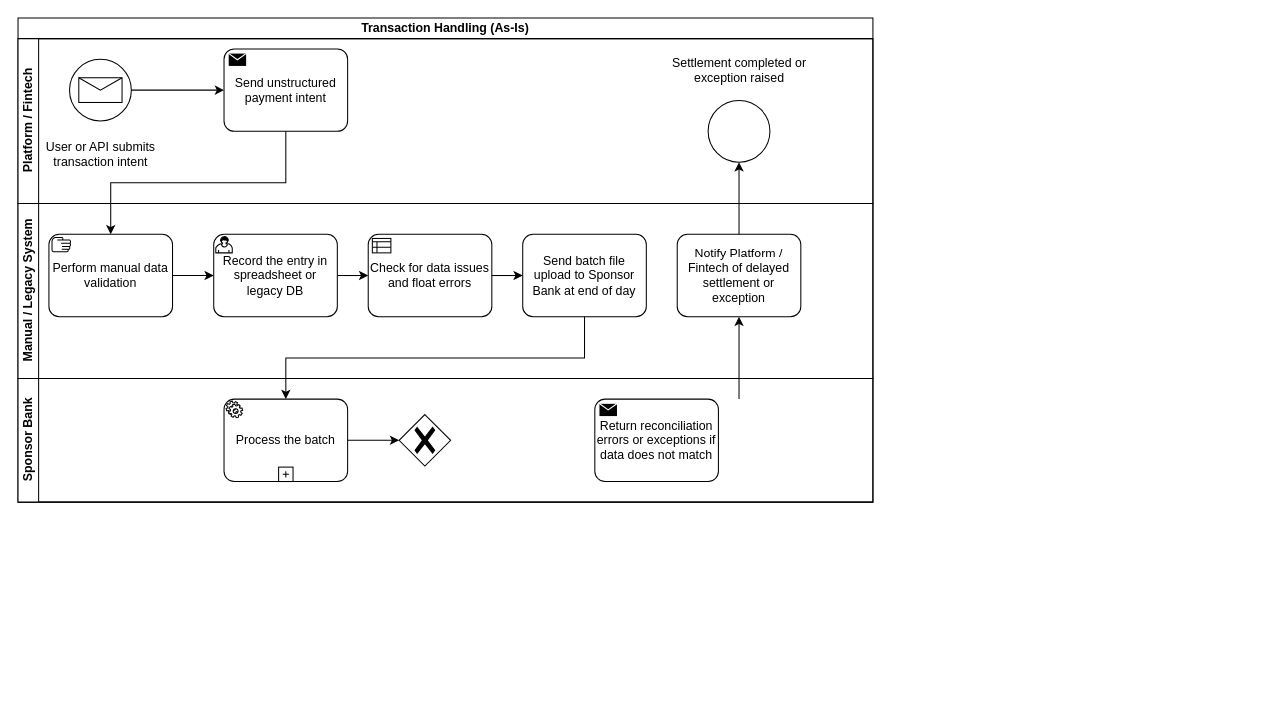
Novav20/NeoBank-Ledger-Project keeps this draw.io diagram as page "Ver 2.0" (2 of 2) of docs/02_analysis/requirements/bpmn/as-is-transaction-handling.drawio. Above is the earlier version. Source tidied: cells renumbered, new cells numbered last; positions are measured from the earlier drawing's top-left corner, leaving out a move shared by most shapes. Both pictures are drawn from the tidied source at 103%, with x=0, y=0 at pixel (18, 18).
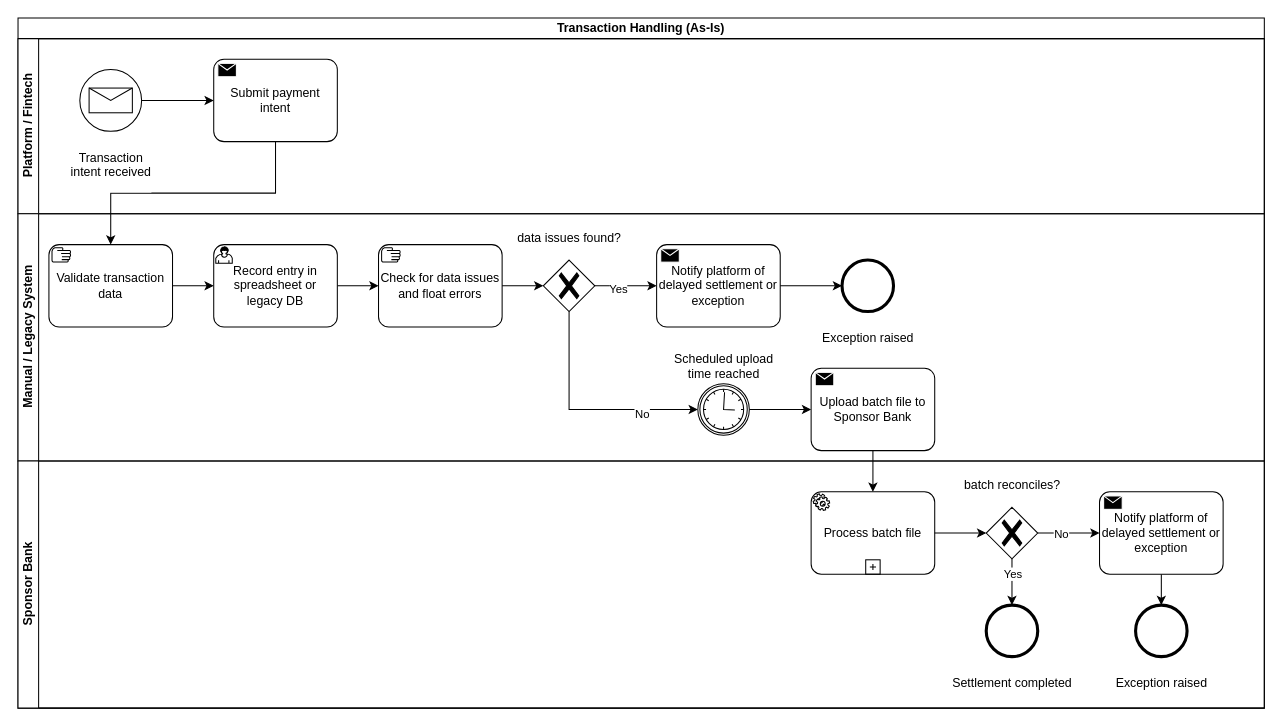
Above is the later version.

Commit message:
docs: update As-Is transaction handling BPMN diagram with refined elements and improved layout

Change to the diagram source:
```diff
@@
     <mxCell id="2" value="Transaction Handling (As-Is)" style="swimlane;html=1;horizontal=1;startSize=20;whiteSpace=wrap;" parent="1" vertex="1">
-      <mxGeometry width="830" height="470" as="geometry" />
+      <mxGeometry width="1210" height="670" as="geometry" />
     </mxCell>
+    <mxCell id="17" style="edgeStyle=orthogonalEdgeStyle;html=1;rounded=0;exitX=0.5;exitY=1;exitDx=0;exitDy=0;exitPerimeter=0;" parent="2" edge="1" source="5" target="10">
+      <mxGeometry relative="1" as="geometry" />
+    </mxCell>
     <mxCell id="3" value="Platform / Fintech" style="swimlane;html=1;startSize=20;horizontal=0;" parent="2" vertex="1">
-      <mxGeometry y="20" width="830" height="160" as="geometry" />
+      <mxGeometry y="20" width="1210" height="170" as="geometry" />
     </mxCell>
+    <mxCell id="5" value="&lt;p&gt;Submit payment intent&lt;/p&gt;" style="points=[[0.25,0,0],[0.5,0,0],[0.75,0,0],[1,0.25,0],[1,0.5,0],[1,0.75,0],[0.75,1,0],[0.5,1,0],[0.25,1,0],[0,0.75,0],[0,0.5,0],[0,0.25,0]];shape=mxgraph.bpmn.task;whiteSpace=wrap;rectStyle=rounded;size=10;html=1;taskMarker=send;isLoopSub=0;isLoopStandard=0;isLoopMultiParallel=0;" parent="3" vertex="1">
+      <mxGeometry x="190" y="20" width="120" height="80" as="geometry" />
+    </mxCell>
-    <mxCell id="4" value="&lt;p&gt;User or API submits&lt;br&gt;transaction intent&lt;/p&gt;" style="points=[[0.145,0.145,0],[0.5,0,0],[0.855,0.145,0],[1,0.5,0],[0.855,0.855,0],[0.5,1,0],[0.145,0.855,0],[0,0.5,0]];shape=mxgraph.bpmn.event;html=1;verticalLabelPosition=bottom;labelBackgroundColor=#ffffff;verticalAlign=top;align=center;perimeter=ellipsePerimeter;outlineConnect=0;outline=standard;symbol=message;" parent="3" vertex="1">
-      <mxGeometry x="50" y="20" width="60" height="60" as="geometry" />
+    <mxCell id="4" value="&lt;p&gt;Transaction &lt;br&gt;intent received&lt;/p&gt;" style="points=[[0.145,0.145,0],[0.5,0,0],[0.855,0.145,0],[1,0.5,0],[0.855,0.855,0],[0.5,1,0],[0.145,0.855,0],[0,0.5,0]];shape=mxgraph.bpmn.event;html=1;verticalLabelPosition=bottom;labelBackgroundColor=#ffffff;verticalAlign=top;align=center;perimeter=ellipsePerimeter;outlineConnect=0;outline=standard;symbol=message;" parent="3" vertex="1">
+      <mxGeometry x="60" y="30" width="60" height="60" as="geometry" />
     </mxCell>
-    <mxCell id="5" value="&lt;p&gt;Send unstructured payment intent&lt;/p&gt;" style="points=[[0.25,0,0],[0.5,0,0],[0.75,0,0],[1,0.25,0],[1,0.5,0],[1,0.75,0],[0.75,1,0],[0.5,1,0],[0.25,1,0],[0,0.75,0],[0,0.5,0],[0,0.25,0]];shape=mxgraph.bpmn.task;whiteSpace=wrap;rectStyle=rounded;size=10;html=1;taskMarker=send;isLoopSub=0;isLoopStandard=0;isLoopMultiParallel=0;" parent="3" vertex="1">
-      <mxGeometry x="200" y="10" width="120" height="80" as="geometry" />
-    </mxCell>
@@
-    <mxCell id="7" value="&lt;p&gt;&lt;/p&gt;&lt;p&gt;Settlement completed or &lt;br&gt;exception raised&lt;/p&gt;" style="points=[[0.145,0.145,0],[0.5,0,0],[0.855,0.145,0],[1,0.5,0],[0.855,0.855,0],[0.5,1,0],[0.145,0.855,0],[0,0.5,0]];shape=mxgraph.bpmn.event;html=1;verticalLabelPosition=top;labelBackgroundColor=#ffffff;verticalAlign=bottom;align=center;perimeter=ellipsePerimeter;outlineConnect=0;outline=standard;symbol=general;labelPosition=center;" parent="3" vertex="1">
-      <mxGeometry x="670" y="60" width="60" height="60" as="geometry" />
-    </mxCell>
     <mxCell id="8" value="Manual / Legacy System" style="swimlane;html=1;startSize=20;horizontal=0;" parent="2" vertex="1">
-      <mxGeometry y="180" width="830" height="170" as="geometry" />
+      <mxGeometry y="190" width="1210" height="240" as="geometry" />
     </mxCell>
@@
-    <mxCell id="10" value="&lt;p&gt;&lt;/p&gt;&lt;p&gt;Perform manual data validation&lt;/p&gt;" style="points=[[0.25,0,0],[0.5,0,0],[0.75,0,0],[1,0.25,0],[1,0.5,0],[1,0.75,0],[0.75,1,0],[0.5,1,0],[0.25,1,0],[0,0.75,0],[0,0.5,0],[0,0.25,0]];shape=mxgraph.bpmn.task;whiteSpace=wrap;rectStyle=rounded;size=10;html=1;taskMarker=manual;" parent="8" vertex="1">
+    <mxCell id="10" value="&lt;p&gt;&lt;/p&gt;&lt;p&gt;&lt;/p&gt;&lt;p&gt;Validate transaction data&lt;/p&gt;" style="points=[[0.25,0,0],[0.5,0,0],[0.75,0,0],[1,0.25,0],[1,0.5,0],[1,0.75,0],[0.75,1,0],[0.5,1,0],[0.25,1,0],[0,0.75,0],[0,0.5,0],[0,0.25,0]];shape=mxgraph.bpmn.task;whiteSpace=wrap;rectStyle=rounded;size=10;html=1;taskMarker=manual;" parent="8" vertex="1">
       <mxGeometry x="30" y="30" width="120" height="80" as="geometry" />
     </mxCell>
@@
-    <mxCell id="12" value="&lt;p&gt;&lt;/p&gt;&lt;p&gt;&lt;/p&gt;&lt;p&gt;Record the entry in spreadsheet or legacy DB&lt;/p&gt;" style="points=[[0.25,0,0],[0.5,0,0],[0.75,0,0],[1,0.25,0],[1,0.5,0],[1,0.75,0],[0.75,1,0],[0.5,1,0],[0.25,1,0],[0,0.75,0],[0,0.5,0],[0,0.25,0]];shape=mxgraph.bpmn.task;whiteSpace=wrap;rectStyle=rounded;size=10;html=1;taskMarker=user;" parent="8" vertex="1">
+    <mxCell id="12" value="&lt;p&gt;&lt;/p&gt;&lt;p&gt;&lt;/p&gt;&lt;p&gt;&lt;/p&gt;&lt;p&gt;Record entry in spreadsheet or legacy DB&lt;/p&gt;" style="points=[[0.25,0,0],[0.5,0,0],[0.75,0,0],[1,0.25,0],[1,0.5,0],[1,0.75,0],[0.75,1,0],[0.5,1,0],[0.25,1,0],[0,0.75,0],[0,0.5,0],[0,0.25,0]];shape=mxgraph.bpmn.task;whiteSpace=wrap;rectStyle=rounded;size=10;html=1;taskMarker=user;" parent="8" vertex="1">
       <mxGeometry x="190" y="30" width="120" height="80" as="geometry" />
     </mxCell>
-    <mxCell id="13" value="&lt;p&gt;&lt;/p&gt;&lt;p&gt;&lt;/p&gt;&lt;p&gt;Check for data issues and float errors&lt;/p&gt;" style="points=[[0.25,0,0],[0.5,0,0],[0.75,0,0],[1,0.25,0],[1,0.5,0],[1,0.75,0],[0.75,1,0],[0.5,1,0],[0.25,1,0],[0,0.75,0],[0,0.5,0],[0,0.25,0]];shape=mxgraph.bpmn.task;whiteSpace=wrap;rectStyle=rounded;size=10;html=1;taskMarker=businessRule;" parent="8" vertex="1">
-      <mxGeometry x="340" y="30" width="120" height="80" as="geometry" />
+    <mxCell id="13" value="&lt;p&gt;&lt;/p&gt;&lt;p&gt;&lt;/p&gt;&lt;p&gt;Check for data issues and float errors&lt;/p&gt;" style="points=[[0.25,0,0],[0.5,0,0],[0.75,0,0],[1,0.25,0],[1,0.5,0],[1,0.75,0],[0.75,1,0],[0.5,1,0],[0.25,1,0],[0,0.75,0],[0,0.5,0],[0,0.25,0]];shape=mxgraph.bpmn.task;whiteSpace=wrap;rectStyle=rounded;size=10;html=1;taskMarker=manual;" parent="8" vertex="1">
+      <mxGeometry x="350" y="30" width="120" height="80" as="geometry" />
     </mxCell>
-    <mxCell id="14" value="&lt;p&gt;&lt;/p&gt;&lt;p&gt;&lt;/p&gt;&lt;p&gt;Send batch file upload to Sponsor Bank at end of day&lt;/p&gt;" style="points=[[0.25,0,0],[0.5,0,0],[0.75,0,0],[1,0.25,0],[1,0.5,0],[1,0.75,0],[0.75,1,0],[0.5,1,0],[0.25,1,0],[0,0.75,0],[0,0.5,0],[0,0.25,0]];shape=mxgraph.bpmn.task;whiteSpace=wrap;rectStyle=rounded;size=10;html=1;taskMarker=abstract;symbol=general;" parent="8" vertex="1">
-      <mxGeometry x="490" y="30" width="120" height="80" as="geometry" />
+    <mxCell id="14" value="&lt;p&gt;&lt;/p&gt;&lt;p&gt;&lt;/p&gt;&lt;p&gt;Upload batch file to Sponsor Bank&lt;/p&gt;" style="points=[[0.25,0,0],[0.5,0,0],[0.75,0,0],[1,0.25,0],[1,0.5,0],[1,0.75,0],[0.75,1,0],[0.5,1,0],[0.25,1,0],[0,0.75,0],[0,0.5,0],[0,0.25,0]];shape=mxgraph.bpmn.task;whiteSpace=wrap;rectStyle=rounded;size=10;html=1;taskMarker=send;symbol=general;" parent="8" vertex="1">
+      <mxGeometry x="770" y="150" width="120" height="80" as="geometry" />
     </mxCell>
-    <mxCell id="15" style="edgeStyle=none;html=1;" parent="8" edge="1" source="13" target="14">
-      <mxGeometry relative="1" as="geometry" />
-    </mxCell>
-    <mxCell id="16" value="&lt;p&gt;&lt;/p&gt;&lt;p&gt;&lt;/p&gt;&lt;p&gt;&lt;/p&gt;&lt;p&gt;&lt;/p&gt;&lt;p&gt;&lt;/p&gt;&lt;p&gt;Notify Platform / Fintech of delayed settlement or exception&lt;/p&gt;" style="points=[[0.25,0,0],[0.5,0,0],[0.75,0,0],[1,0.25,0],[1,0.5,0],[1,0.75,0],[0.75,1,0],[0.5,1,0],[0.25,1,0],[0,0.75,0],[0,0.5,0],[0,0.25,0]];shape=mxgraph.bpmn.task;whiteSpace=wrap;rectStyle=rounded;size=10;html=1;taskMarker=abstract;" parent="8" vertex="1">
-      <mxGeometry x="640" y="30" width="120" height="80" as="geometry" />
-    </mxCell>
-    <mxCell id="17" style="edgeStyle=orthogonalEdgeStyle;html=1;rounded=0;exitX=0.5;exitY=1;exitDx=0;exitDy=0;exitPerimeter=0;" parent="2" edge="1" source="5" target="10">
-      <mxGeometry relative="1" as="geometry" />
-    </mxCell>
-    <mxCell id="18" style="edgeStyle=orthogonalEdgeStyle;html=1;exitX=0.5;exitY=1;exitDx=0;exitDy=0;exitPerimeter=0;rounded=0;curved=0;" parent="2" edge="1" source="14" target="22">
-      <mxGeometry relative="1" as="geometry" />
-    </mxCell>
-    <mxCell id="19" style="edgeStyle=none;html=1;" parent="2" edge="1" target="16">
-      <mxGeometry relative="1" as="geometry">
-        <mxPoint x="700" y="370" as="sourcePoint" />
-      </mxGeometry>
-    </mxCell>
-    <mxCell id="20" style="edgeStyle=none;html=1;" parent="2" edge="1" source="16" target="7">
-      <mxGeometry relative="1" as="geometry" />
-    </mxCell>
+    <mxCell id="26" style="edgeStyle=orthogonalEdgeStyle;rounded=0;jettySize=auto;html=1;" parent="8" edge="1" source="28" target="30">
+      <mxGeometry relative="1" as="geometry" />
+    </mxCell>
+    <mxCell id="27" value="Yes" style="edgeLabel;html=1;align=center;verticalAlign=middle;" parent="26" vertex="1">
+      <mxGeometry x="-0.27" y="-2" relative="1" as="geometry" />
+    </mxCell>
+    <mxCell id="28" value="&lt;p&gt;data issues found?&lt;/p&gt;" style="points=[[0.25,0.25,0],[0.5,0,0],[0.75,0.25,0],[1,0.5,0],[0.75,0.75,0],[0.5,1,0],[0.25,0.75,0],[0,0.5,0]];shape=mxgraph.bpmn.gateway2;html=1;verticalLabelPosition=top;labelBackgroundColor=#ffffff;verticalAlign=bottom;align=center;perimeter=rhombusPerimeter;outlineConnect=0;outline=none;symbol=none;gwType=exclusive;labelPosition=center;" parent="8" vertex="1">
+      <mxGeometry x="510" y="45" width="50" height="50" as="geometry" />
+    </mxCell>
+    <mxCell id="29" style="edgeStyle=orthogonalEdgeStyle;rounded=0;jettySize=auto;html=1;entryX=0;entryY=0.5;entryDx=0;entryDy=0;entryPerimeter=0;" parent="8" edge="1" source="13" target="28">
+      <mxGeometry relative="1" as="geometry" />
+    </mxCell>
+    <mxCell id="30" value="&lt;p&gt;&lt;/p&gt;&lt;p&gt;&lt;/p&gt;&lt;p&gt;&lt;/p&gt;&lt;p&gt;Notify platform of delayed settlement or exception&lt;/p&gt;" style="points=[[0.25,0,0],[0.5,0,0],[0.75,0,0],[1,0.25,0],[1,0.5,0],[1,0.75,0],[0.75,1,0],[0.5,1,0],[0.25,1,0],[0,0.75,0],[0,0.5,0],[0,0.25,0]];shape=mxgraph.bpmn.task;whiteSpace=wrap;rectStyle=rounded;size=10;html=1;taskMarker=send;symbol=general;" parent="8" vertex="1">
+      <mxGeometry x="620" y="30" width="120" height="80" as="geometry" />
+    </mxCell>
+    <mxCell id="31" value="&lt;p&gt;Exception raised&lt;/p&gt;" style="points=[[0.145,0.145,0],[0.5,0,0],[0.855,0.145,0],[1,0.5,0],[0.855,0.855,0],[0.5,1,0],[0.145,0.855,0],[0,0.5,0]];shape=mxgraph.bpmn.event;html=1;verticalLabelPosition=bottom;labelBackgroundColor=#ffffff;verticalAlign=top;align=center;perimeter=ellipsePerimeter;outlineConnect=0;outline=end;symbol=terminate2;" parent="8" vertex="1">
+      <mxGeometry x="800" y="45" width="50" height="50" as="geometry" />
+    </mxCell>
+    <mxCell id="32" style="edgeStyle=orthogonalEdgeStyle;rounded=0;jettySize=auto;html=1;entryX=0;entryY=0.5;entryDx=0;entryDy=0;entryPerimeter=0;" parent="8" edge="1" source="30" target="31">
+      <mxGeometry relative="1" as="geometry" />
+    </mxCell>
+    <mxCell id="33" style="edgeStyle=orthogonalEdgeStyle;rounded=0;jettySize=auto;html=1;exitX=0.5;exitY=1;exitDx=0;exitDy=0;exitPerimeter=0;entryX=0;entryY=0.5;entryDx=0;entryDy=0;entryPerimeter=0;" parent="8" edge="1" source="28" target="36">
+      <mxGeometry relative="1" as="geometry" />
+    </mxCell>
+    <mxCell id="34" value="No" style="edgeLabel;html=1;align=center;verticalAlign=middle;" parent="33" vertex="1">
+      <mxGeometry x="0.5" y="-4" relative="1" as="geometry" />
+    </mxCell>
+    <mxCell id="35" style="edgeStyle=none;html=1;" parent="8" edge="1" source="36" target="14">
+      <mxGeometry relative="1" as="geometry" />
+    </mxCell>
+    <mxCell id="36" value="Scheduled upload &lt;br&gt;time reached" style="points=[[0.145,0.145,0],[0.5,0,0],[0.855,0.145,0],[1,0.5,0],[0.855,0.855,0],[0.5,1,0],[0.145,0.855,0],[0,0.5,0]];shape=mxgraph.bpmn.event;html=1;verticalLabelPosition=top;labelBackgroundColor=#ffffff;verticalAlign=bottom;align=center;perimeter=ellipsePerimeter;outlineConnect=0;outline=catching;symbol=timer;labelPosition=center;" parent="8" vertex="1">
+      <mxGeometry x="660" y="165" width="50" height="50" as="geometry" />
+    </mxCell>
     <mxCell id="21" value="Sponsor Bank" style="swimlane;html=1;startSize=20;horizontal=0;" parent="2" vertex="1">
-      <mxGeometry y="350" width="830" height="120" as="geometry" />
+      <mxGeometry y="430" width="1210" height="240" as="geometry" />
     </mxCell>
-    <mxCell id="22" value="&lt;p&gt;&lt;/p&gt;&lt;p&gt;&lt;/p&gt;&lt;p&gt;&lt;/p&gt;&lt;p&gt;Process the batch&lt;/p&gt;" style="points=[[0.25,0,0],[0.5,0,0],[0.75,0,0],[1,0.25,0],[1,0.5,0],[1,0.75,0],[0.75,1,0],[0.5,1,0],[0.25,1,0],[0,0.75,0],[0,0.5,0],[0,0.25,0]];shape=mxgraph.bpmn.task;whiteSpace=wrap;rectStyle=rounded;size=10;html=1;taskMarker=service;isLoopSub=1;" parent="21" vertex="1">
-      <mxGeometry x="200" y="20" width="120" height="80" as="geometry" />
+    <mxCell id="22" value="&lt;p&gt;&lt;/p&gt;&lt;p&gt;&lt;/p&gt;&lt;p&gt;&lt;/p&gt;&lt;p&gt;Process batch file&lt;/p&gt;" style="points=[[0.25,0,0],[0.5,0,0],[0.75,0,0],[1,0.25,0],[1,0.5,0],[1,0.75,0],[0.75,1,0],[0.5,1,0],[0.25,1,0],[0,0.75,0],[0,0.5,0],[0,0.25,0]];shape=mxgraph.bpmn.task;whiteSpace=wrap;rectStyle=rounded;size=10;html=1;taskMarker=service;isLoopSub=1;" parent="21" vertex="1">
+      <mxGeometry x="770" y="30" width="120" height="80" as="geometry" />
     </mxCell>
@@
+    <mxCell id="37" style="edgeStyle=orthogonalEdgeStyle;rounded=0;jettySize=auto;html=1;" parent="21" edge="1" source="24" target="43">
+      <mxGeometry relative="1" as="geometry" />
+    </mxCell>
-    <mxCell id="24" value="&lt;p&gt;&lt;/p&gt;&lt;p&gt;&lt;/p&gt;&lt;p&gt;&lt;/p&gt;&lt;p&gt;&lt;/p&gt;&lt;p&gt;Return reconciliation errors or exceptions if data does not match&lt;/p&gt;" style="points=[[0.25,0,0],[0.5,0,0],[0.75,0,0],[1,0.25,0],[1,0.5,0],[1,0.75,0],[0.75,1,0],[0.5,1,0],[0.25,1,0],[0,0.75,0],[0,0.5,0],[0,0.25,0]];shape=mxgraph.bpmn.task;whiteSpace=wrap;rectStyle=rounded;size=10;html=1;taskMarker=send;" parent="21" vertex="1">
-      <mxGeometry x="560" y="20" width="120" height="80" as="geometry" />
+    <mxCell id="24" value="&lt;p&gt;&lt;/p&gt;&lt;p&gt;&lt;/p&gt;&lt;p&gt;&lt;/p&gt;&lt;p&gt;&lt;/p&gt;&lt;p&gt;&lt;/p&gt;&lt;p&gt;Notify platform of delayed settlement or exception&lt;/p&gt;" style="points=[[0.25,0,0],[0.5,0,0],[0.75,0,0],[1,0.25,0],[1,0.5,0],[1,0.75,0],[0.75,1,0],[0.5,1,0],[0.25,1,0],[0,0.75,0],[0,0.5,0],[0,0.25,0]];shape=mxgraph.bpmn.task;whiteSpace=wrap;rectStyle=rounded;size=10;html=1;taskMarker=send;" parent="21" vertex="1">
+      <mxGeometry x="1050" y="30" width="120" height="80" as="geometry" />
     </mxCell>
+    <mxCell id="38" style="edgeStyle=orthogonalEdgeStyle;rounded=0;jettySize=auto;html=1;" parent="21" edge="1" source="25" target="24">
+      <mxGeometry relative="1" as="geometry" />
+    </mxCell>
+    <mxCell id="39" value="No" style="edgeLabel;html=1;align=center;verticalAlign=middle;" parent="38" vertex="1">
+      <mxGeometry x="-0.69" relative="1" as="geometry">
+        <mxPoint x="13" as="offset" />
+      </mxGeometry>
+    </mxCell>
-    <mxCell id="25" style="points=[[0.25,0.25,0],[0.5,0,0],[0.75,0.25,0],[1,0.5,0],[0.75,0.75,0],[0.5,1,0],[0.25,0.75,0],[0,0.5,0]];shape=mxgraph.bpmn.gateway2;html=1;verticalLabelPosition=bottom;labelBackgroundColor=#ffffff;verticalAlign=top;align=center;perimeter=rhombusPerimeter;outlineConnect=0;outline=none;symbol=none;gwType=exclusive;" parent="21" vertex="1">
-      <mxGeometry x="370" y="35" width="50" height="50" as="geometry" />
+    <mxCell id="25" value="&lt;p&gt;batch reconciles?&lt;/p&gt;" style="points=[[0.25,0.25,0],[0.5,0,0],[0.75,0.25,0],[1,0.5,0],[0.75,0.75,0],[0.5,1,0],[0.25,0.75,0],[0,0.5,0]];shape=mxgraph.bpmn.gateway2;html=1;verticalLabelPosition=top;labelBackgroundColor=#ffffff;verticalAlign=bottom;align=center;perimeter=rhombusPerimeter;outlineConnect=0;outline=none;symbol=none;gwType=exclusive;labelPosition=center;" parent="21" vertex="1">
+      <mxGeometry x="940" y="45" width="50" height="50" as="geometry" />
     </mxCell>
+    <mxCell id="40" value="&lt;p&gt;Settlement completed&lt;/p&gt;" style="points=[[0.145,0.145,0],[0.5,0,0],[0.855,0.145,0],[1,0.5,0],[0.855,0.855,0],[0.5,1,0],[0.145,0.855,0],[0,0.5,0]];shape=mxgraph.bpmn.event;html=1;verticalLabelPosition=bottom;labelBackgroundColor=#ffffff;verticalAlign=top;align=center;perimeter=ellipsePerimeter;outlineConnect=0;outline=end;symbol=terminate2;" parent="21" vertex="1">
+      <mxGeometry x="940" y="140" width="50" height="50" as="geometry" />
+    </mxCell>
+    <mxCell id="41" style="edgeStyle=orthogonalEdgeStyle;rounded=0;jettySize=auto;html=1;exitX=0.5;exitY=1;exitDx=0;exitDy=0;exitPerimeter=0;" parent="21" edge="1" source="25" target="40">
+      <mxGeometry relative="1" as="geometry" />
+    </mxCell>
+    <mxCell id="42" value="Yes" style="edgeLabel;html=1;align=center;verticalAlign=middle;" parent="41" vertex="1">
+      <mxGeometry x="0.31" y="4" relative="1" as="geometry">
+        <mxPoint x="-4" y="-15" as="offset" />
+      </mxGeometry>
+    </mxCell>
+    <mxCell id="43" value="&lt;p&gt;Exception raised&lt;/p&gt;" style="points=[[0.145,0.145,0],[0.5,0,0],[0.855,0.145,0],[1,0.5,0],[0.855,0.855,0],[0.5,1,0],[0.145,0.855,0],[0,0.5,0]];shape=mxgraph.bpmn.event;html=1;verticalLabelPosition=bottom;labelBackgroundColor=#ffffff;verticalAlign=top;align=center;perimeter=ellipsePerimeter;outlineConnect=0;outline=end;symbol=terminate2;" parent="21" vertex="1">
+      <mxGeometry x="1085" y="140" width="50" height="50" as="geometry" />
+    </mxCell>
+    <mxCell id="18" style="edgeStyle=none;html=1;entryX=0.5;entryY=0;entryDx=0;entryDy=0;entryPerimeter=0;" parent="2" edge="1" source="14" target="22">
+      <mxGeometry relative="1" as="geometry" />
+    </mxCell>
```
